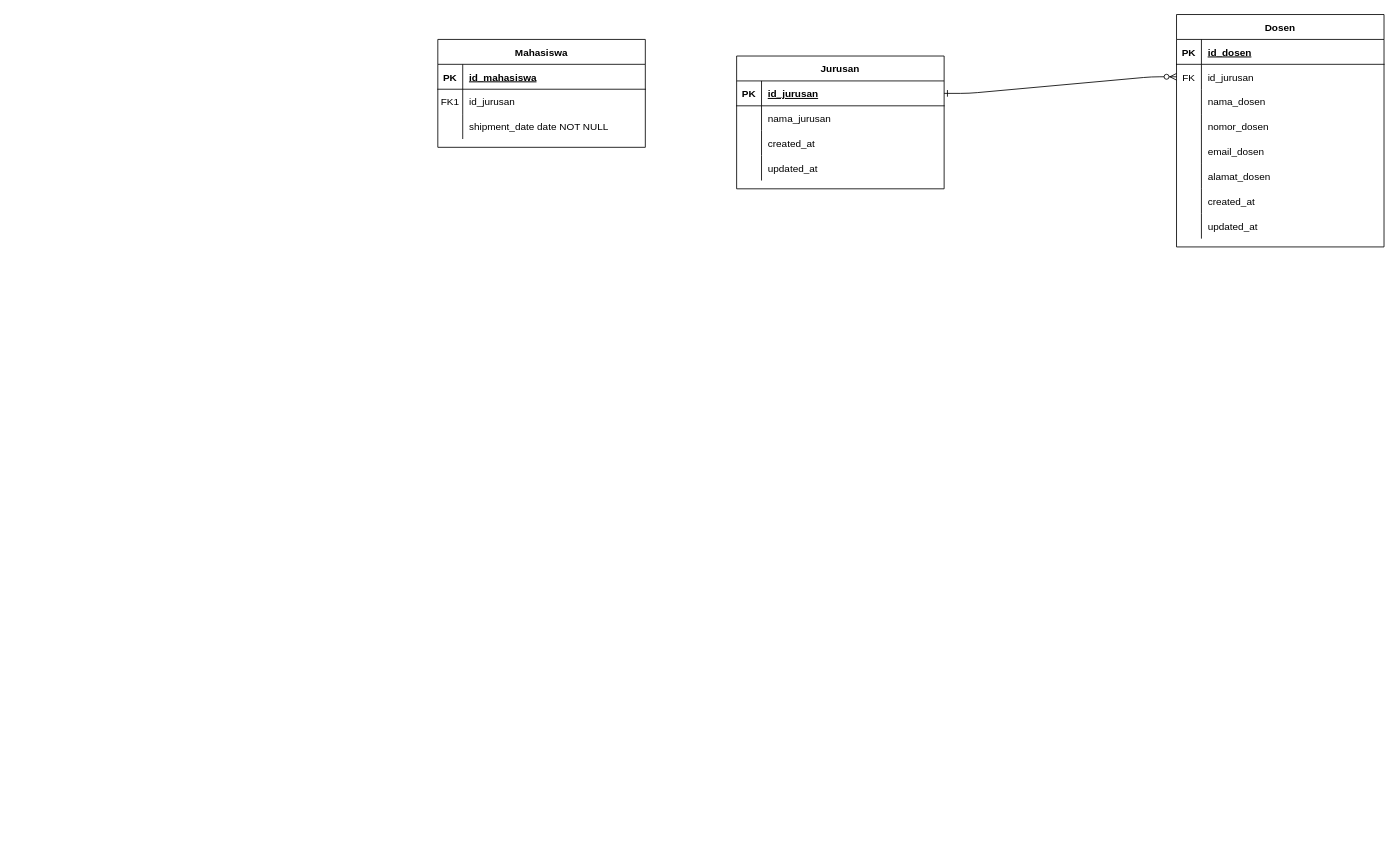
The draw.io diagram Untitled Diagram.drawio in Razha90/calculator, before the edit. Source tidied: cells renumbered, new cells numbered last; positions are measured from the earlier drawing's top-left corner, leaving out a move shared by most shapes. Both pictures are drawn from the tidied source at 83%, with x=0, y=0 at pixel (437, 14).
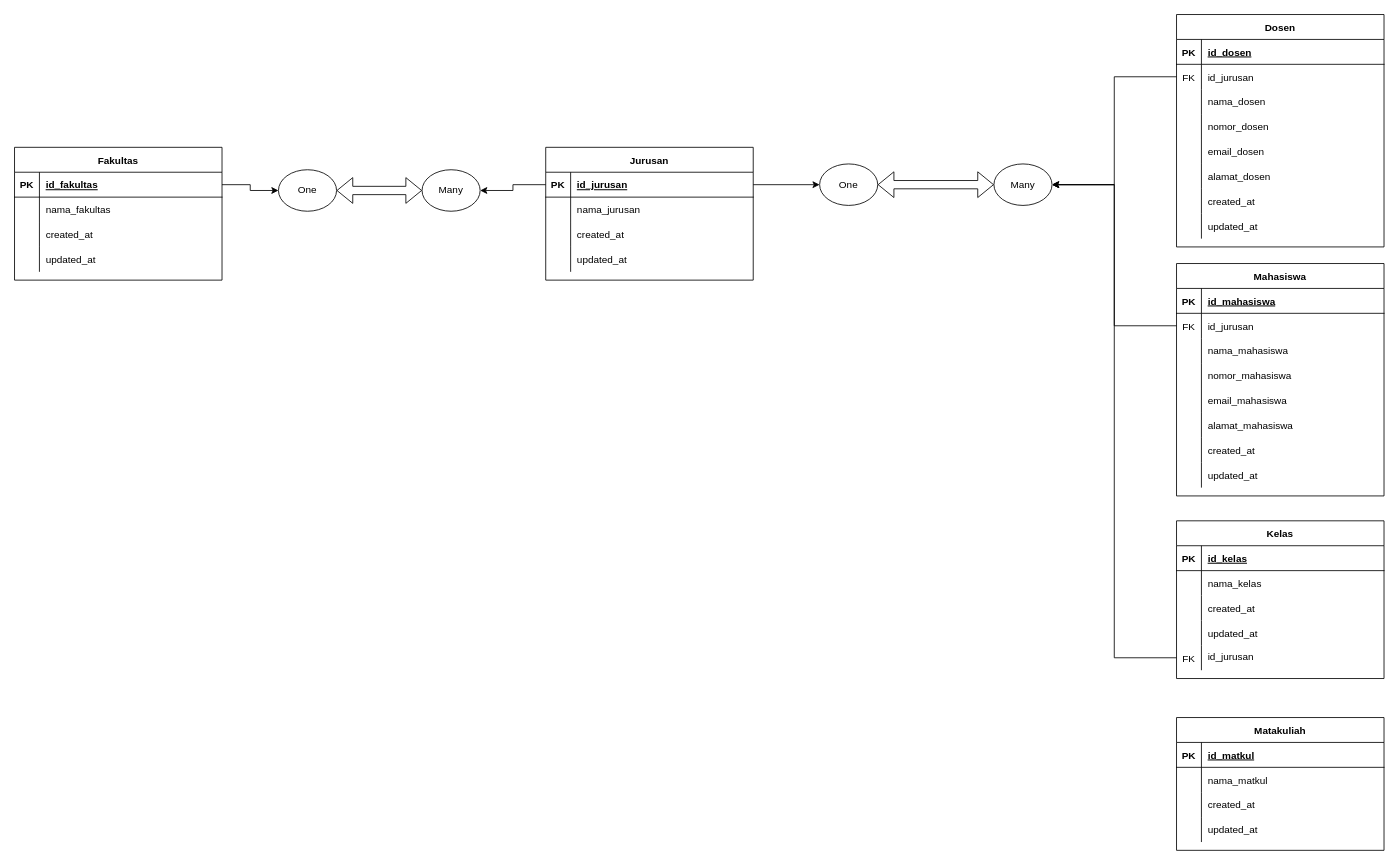
Above is the later version.

The change refers to these unchanged cells:
```xml
<mxCell id="7" style="shape=partialRectangle;fillColor=none;points=[[0,0.5],[1,0.5]];portConstraint=eastwest;top=0;left=0;right=0;bottom=0;" parent="3" vertex="1">
  <mxGeometry y="60" width="250" height="30" as="geometry" />
</mxCell>
<mxCell id="32" style="shape=partialRectangle;fillColor=none;points=[[0,0.5],[1,0.5]];portConstraint=eastwest;top=0;left=0;right=0;bottom=0;" parent="28" vertex="1">
  <mxGeometry y="60" width="250" height="30" as="geometry" />
</mxCell>
<mxCell id="35" style="shape=partialRectangle;fillColor=none;top=0;left=0;right=0;bottom=0;" parent="28" vertex="1">
  <mxGeometry y="90" width="250" height="30" as="geometry" />
</mxCell>
<mxCell id="39" style="shape=partialRectangle;fillColor=none;points=[[0,0.5],[1,0.5]];portConstraint=eastwest;top=0;left=0;right=0;bottom=1;" parent="38" vertex="1">
  <mxGeometry y="30" width="250" height="30" as="geometry" />
</mxCell>
```

What changed in the source:
```diff
@@
-    <mxCell id="2" style="edgeStyle=entityRelationEdgeStyle;endArrow=ERzeroToMany;startArrow=ERone;endFill=1;startFill=0;" parent="1" edge="1" source="39" target="7">
-      <mxGeometry relative="1" as="geometry" />
-    </mxCell>
@@
     <mxCell id="28" value="Mahasiswa" style="shape=table;startSize=30;childLayout=tableLayout;rowLines=0;fontStyle=1;align=center;" parent="1" vertex="1">
-      <mxGeometry y="30" width="250" height="130" as="geometry" />
+      <mxGeometry x="890" y="300" width="250" height="280" as="geometry" />
     </mxCell>
@@
-    <mxCell id="33" value="FK1" style="shape=partialRectangle;overflow=hidden;fillColor=none;top=0;left=0;bottom=0;right=0;" parent="32" vertex="1">
+    <mxCell id="33" value="FK" style="shape=partialRectangle;overflow=hidden;fillColor=none;top=0;left=0;bottom=0;right=0;" parent="32" vertex="1">
       <mxGeometry width="30" height="30" as="geometry" />
     </mxCell>
@@
-    <mxCell id="37" value="shipment_date date NOT NULL" style="shape=partialRectangle;overflow=hidden;fillColor=none;top=0;left=0;bottom=0;right=0;align=left;spacingLeft=6;" parent="35" vertex="1">
+    <mxCell id="37" value="nama_mahasiswa" style="shape=partialRectangle;overflow=hidden;fillColor=none;top=0;left=0;bottom=0;right=0;align=left;spacingLeft=6;" parent="35" vertex="1">
       <mxGeometry x="30" width="220" height="30" as="geometry" />
     </mxCell>
+    <mxCell id="51" style="shape=partialRectangle;fillColor=none;top=0;left=0;right=0;bottom=0;" parent="28" vertex="1">
+      <mxGeometry y="120" width="250" height="30" as="geometry" />
+    </mxCell>
+    <mxCell id="52" style="shape=partialRectangle;overflow=hidden;fillColor=none;top=0;left=0;bottom=0;right=0;" parent="51" vertex="1">
+      <mxGeometry width="30" height="30" as="geometry" />
+    </mxCell>
+    <mxCell id="53" value="nomor_mahasiswa" style="shape=partialRectangle;overflow=hidden;fillColor=none;top=0;left=0;bottom=0;right=0;align=left;spacingLeft=6;" parent="51" vertex="1">
+      <mxGeometry x="30" width="220" height="30" as="geometry" />
+    </mxCell>
+    <mxCell id="54" style="shape=partialRectangle;fillColor=none;top=0;left=0;right=0;bottom=0;" parent="28" vertex="1">
+      <mxGeometry y="150" width="250" height="30" as="geometry" />
+    </mxCell>
+    <mxCell id="55" style="shape=partialRectangle;overflow=hidden;fillColor=none;top=0;left=0;bottom=0;right=0;" parent="54" vertex="1">
+      <mxGeometry width="30" height="30" as="geometry" />
+    </mxCell>
+    <mxCell id="56" value="email_mahasiswa" style="shape=partialRectangle;overflow=hidden;fillColor=none;top=0;left=0;bottom=0;right=0;align=left;spacingLeft=6;" parent="54" vertex="1">
+      <mxGeometry x="30" width="220" height="30" as="geometry" />
+    </mxCell>
+    <mxCell id="57" style="shape=partialRectangle;fillColor=none;top=0;left=0;right=0;bottom=0;" parent="28" vertex="1">
+      <mxGeometry y="180" width="250" height="30" as="geometry" />
+    </mxCell>
+    <mxCell id="58" style="shape=partialRectangle;overflow=hidden;fillColor=none;top=0;left=0;bottom=0;right=0;" parent="57" vertex="1">
+      <mxGeometry width="30" height="30" as="geometry" />
+    </mxCell>
+    <mxCell id="59" value="alamat_mahasiswa" style="shape=partialRectangle;overflow=hidden;fillColor=none;top=0;left=0;bottom=0;right=0;align=left;spacingLeft=6;" parent="57" vertex="1">
+      <mxGeometry x="30" width="220" height="30" as="geometry" />
+    </mxCell>
+    <mxCell id="60" style="shape=partialRectangle;fillColor=none;top=0;left=0;right=0;bottom=0;" parent="28" vertex="1">
+      <mxGeometry y="210" width="250" height="30" as="geometry" />
+    </mxCell>
+    <mxCell id="61" style="shape=partialRectangle;overflow=hidden;fillColor=none;top=0;left=0;bottom=0;right=0;" parent="60" vertex="1">
+      <mxGeometry width="30" height="30" as="geometry" />
+    </mxCell>
+    <mxCell id="62" value="created_at" style="shape=partialRectangle;overflow=hidden;fillColor=none;top=0;left=0;bottom=0;right=0;align=left;spacingLeft=6;" parent="60" vertex="1">
+      <mxGeometry x="30" width="220" height="30" as="geometry" />
+    </mxCell>
+    <mxCell id="63" style="shape=partialRectangle;fillColor=none;top=0;left=0;right=0;bottom=0;" parent="28" vertex="1">
+      <mxGeometry y="240" width="250" height="30" as="geometry" />
+    </mxCell>
+    <mxCell id="64" style="shape=partialRectangle;overflow=hidden;fillColor=none;top=0;left=0;bottom=0;right=0;" parent="63" vertex="1">
+      <mxGeometry width="30" height="30" as="geometry" />
+    </mxCell>
+    <mxCell id="65" value="updated_at" style="shape=partialRectangle;overflow=hidden;fillColor=none;top=0;left=0;bottom=0;right=0;align=left;spacingLeft=6;" parent="63" vertex="1">
+      <mxGeometry x="30" width="220" height="30" as="geometry" />
+    </mxCell>
     <mxCell id="38" value="Jurusan" style="shape=table;startSize=30;childLayout=tableLayout;rowLines=0;fontStyle=1;align=center;" parent="1" vertex="1">
-      <mxGeometry x="360" y="50" width="250" height="160" as="geometry" />
+      <mxGeometry x="130" y="160" width="250" height="160" as="geometry" />
     </mxCell>
@@
+    <mxCell id="66" value="Many" style="ellipse;whiteSpace=wrap;html=1;" parent="1" vertex="1">
+      <mxGeometry x="670" y="180" width="70" height="50" as="geometry" />
+    </mxCell>
+    <mxCell id="67" style="edgeStyle=orthogonalEdgeStyle;rounded=0;jettySize=auto;html=1;entryX=1;entryY=0.5;entryDx=0;entryDy=0;" parent="1" edge="1" source="7" target="66">
+      <mxGeometry relative="1" as="geometry" />
+    </mxCell>
+    <mxCell id="68" style="edgeStyle=orthogonalEdgeStyle;rounded=0;jettySize=auto;html=1;entryX=1;entryY=0.5;entryDx=0;entryDy=0;" parent="1" edge="1" source="32" target="66">
+      <mxGeometry relative="1" as="geometry" />
+    </mxCell>
+    <mxCell id="69" value="One" style="ellipse;whiteSpace=wrap;html=1;" parent="1" vertex="1">
+      <mxGeometry x="460" y="180" width="70" height="50" as="geometry" />
+    </mxCell>
+    <mxCell id="70" style="edgeStyle=orthogonalEdgeStyle;rounded=0;jettySize=auto;html=1;entryX=0;entryY=0.5;entryDx=0;entryDy=0;" parent="1" edge="1" source="39" target="69">
+      <mxGeometry relative="1" as="geometry" />
+    </mxCell>
+    <mxCell id="71" style="shape=flexArrow;endArrow=classic;startArrow=classic;html=1;rounded=0;entryX=0;entryY=0.5;entryDx=0;entryDy=0;exitX=1;exitY=0.5;exitDx=0;exitDy=0;" parent="1" edge="1" source="69" target="66">
+      <mxGeometry relative="1" as="geometry" />
+    </mxCell>
+    <mxCell id="72" value="Fakultas" style="shape=table;startSize=30;childLayout=tableLayout;rowLines=0;fontStyle=1;align=center;" parent="1" vertex="1">
+      <mxGeometry x="-510" y="160" width="250" height="160" as="geometry" />
+    </mxCell>
+    <mxCell id="73" style="shape=partialRectangle;fillColor=none;points=[[0,0.5],[1,0.5]];portConstraint=eastwest;top=0;left=0;right=0;bottom=1;" parent="72" vertex="1">
+      <mxGeometry y="30" width="250" height="30" as="geometry" />
+    </mxCell>
+    <mxCell id="74" value="PK" style="shape=partialRectangle;overflow=hidden;fillColor=none;top=0;left=0;bottom=0;right=0;fontStyle=1;" parent="73" vertex="1">
+      <mxGeometry width="30" height="30" as="geometry" />
+    </mxCell>
+    <mxCell id="75" value="id_fakultas" style="shape=partialRectangle;overflow=hidden;fillColor=none;top=0;left=0;bottom=0;right=0;align=left;spacingLeft=6;fontStyle=5;" parent="73" vertex="1">
+      <mxGeometry x="30" width="220" height="30" as="geometry" />
+    </mxCell>
+    <mxCell id="76" style="shape=partialRectangle;fillColor=none;top=0;left=0;right=0;bottom=0;" parent="72" vertex="1">
+      <mxGeometry y="60" width="250" height="30" as="geometry" />
+    </mxCell>
+    <mxCell id="77" style="shape=partialRectangle;overflow=hidden;fillColor=none;top=0;left=0;bottom=0;right=0;" parent="76" vertex="1">
+      <mxGeometry width="30" height="30" as="geometry" />
+    </mxCell>
+    <mxCell id="78" value="nama_fakultas" style="shape=partialRectangle;overflow=hidden;fillColor=none;top=0;left=0;bottom=0;right=0;align=left;spacingLeft=6;" parent="76" vertex="1">
+      <mxGeometry x="30" width="220" height="30" as="geometry" />
+    </mxCell>
+    <mxCell id="79" style="shape=partialRectangle;fillColor=none;top=0;left=0;right=0;bottom=0;" parent="72" vertex="1">
+      <mxGeometry y="90" width="250" height="30" as="geometry" />
+    </mxCell>
+    <mxCell id="80" style="shape=partialRectangle;overflow=hidden;fillColor=none;top=0;left=0;bottom=0;right=0;" parent="79" vertex="1">
+      <mxGeometry width="30" height="30" as="geometry" />
+    </mxCell>
+    <mxCell id="81" value="created_at" style="shape=partialRectangle;overflow=hidden;fillColor=none;top=0;left=0;bottom=0;right=0;align=left;spacingLeft=6;" parent="79" vertex="1">
+      <mxGeometry x="30" width="220" height="30" as="geometry" />
+    </mxCell>
+    <mxCell id="82" style="shape=partialRectangle;fillColor=none;top=0;left=0;right=0;bottom=0;" parent="72" vertex="1">
+      <mxGeometry y="120" width="250" height="30" as="geometry" />
+    </mxCell>
+    <mxCell id="83" style="shape=partialRectangle;overflow=hidden;fillColor=none;top=0;left=0;bottom=0;right=0;" parent="82" vertex="1">
+      <mxGeometry width="30" height="30" as="geometry" />
+    </mxCell>
+    <mxCell id="84" value="updated_at" style="shape=partialRectangle;overflow=hidden;fillColor=none;top=0;left=0;bottom=0;right=0;align=left;spacingLeft=6;" parent="82" vertex="1">
+      <mxGeometry x="30" width="220" height="30" as="geometry" />
+    </mxCell>
+    <mxCell id="85" value="One" style="ellipse;whiteSpace=wrap;html=1;" parent="1" vertex="1">
+      <mxGeometry x="-192" y="187" width="70" height="50" as="geometry" />
+    </mxCell>
+    <mxCell id="86" value="Many" style="ellipse;whiteSpace=wrap;html=1;" parent="1" vertex="1">
+      <mxGeometry x="-19" y="187" width="70" height="50" as="geometry" />
+    </mxCell>
+    <mxCell id="87" style="shape=flexArrow;endArrow=classic;startArrow=classic;html=1;rounded=0;entryX=0;entryY=0.5;entryDx=0;entryDy=0;exitX=1;exitY=0.5;exitDx=0;exitDy=0;" parent="1" edge="1" source="85" target="86">
+      <mxGeometry relative="1" as="geometry" />
+    </mxCell>
+    <mxCell id="88" style="edgeStyle=orthogonalEdgeStyle;rounded=0;jettySize=auto;html=1;entryX=1;entryY=0.5;entryDx=0;entryDy=0;" parent="1" edge="1" source="39" target="86">
+      <mxGeometry relative="1" as="geometry" />
+    </mxCell>
+    <mxCell id="89" style="edgeStyle=orthogonalEdgeStyle;rounded=0;jettySize=auto;html=1;entryX=0;entryY=0.5;entryDx=0;entryDy=0;" parent="1" edge="1" source="73" target="85">
+      <mxGeometry relative="1" as="geometry" />
+    </mxCell>
+    <mxCell id="90" value="Kelas" style="shape=table;startSize=30;childLayout=tableLayout;rowLines=0;fontStyle=1;align=center;" parent="1" vertex="1">
+      <mxGeometry x="890" y="610" width="250" height="190" as="geometry" />
+    </mxCell>
+    <mxCell id="91" style="shape=partialRectangle;fillColor=none;top=0;left=0;right=0;bottom=1;" parent="90" vertex="1">
+      <mxGeometry y="30" width="250" height="30" as="geometry" />
+    </mxCell>
+    <mxCell id="92" value="PK" style="shape=partialRectangle;overflow=hidden;fillColor=none;top=0;left=0;bottom=0;right=0;fontStyle=1;" parent="91" vertex="1">
+      <mxGeometry width="30" height="30" as="geometry" />
+    </mxCell>
+    <mxCell id="93" value="id_kelas" style="shape=partialRectangle;overflow=hidden;fillColor=none;top=0;left=0;bottom=0;right=0;align=left;spacingLeft=6;fontStyle=5;" parent="91" vertex="1">
+      <mxGeometry x="30" width="220" height="30" as="geometry" />
+    </mxCell>
+    <mxCell id="94" style="shape=partialRectangle;fillColor=none;top=0;left=0;right=0;bottom=0;" parent="90" vertex="1">
+      <mxGeometry y="60" width="250" height="30" as="geometry" />
+    </mxCell>
+    <mxCell id="95" style="shape=partialRectangle;overflow=hidden;fillColor=none;top=0;left=0;bottom=0;right=0;" parent="94" vertex="1">
+      <mxGeometry width="30" height="30" as="geometry" />
+    </mxCell>
+    <mxCell id="96" value="nama_kelas" style="shape=partialRectangle;overflow=hidden;fillColor=none;top=0;left=0;bottom=0;right=0;align=left;spacingLeft=6;" parent="94" vertex="1">
+      <mxGeometry x="30" width="220" height="30" as="geometry" />
+    </mxCell>
+    <mxCell id="97" style="shape=partialRectangle;fillColor=none;top=0;left=0;right=0;bottom=0;" parent="90" vertex="1">
+      <mxGeometry y="90" width="250" height="30" as="geometry" />
+    </mxCell>
+    <mxCell id="98" style="shape=partialRectangle;overflow=hidden;fillColor=none;top=0;left=0;bottom=0;right=0;" parent="97" vertex="1">
+      <mxGeometry width="30" height="30" as="geometry" />
+    </mxCell>
+    <mxCell id="99" value="created_at" style="shape=partialRectangle;overflow=hidden;fillColor=none;top=0;left=0;bottom=0;right=0;align=left;spacingLeft=6;" parent="97" vertex="1">
+      <mxGeometry x="30" width="220" height="30" as="geometry" />
+    </mxCell>
+    <mxCell id="100" style="shape=partialRectangle;fillColor=none;top=0;left=0;right=0;bottom=0;" parent="90" vertex="1">
+      <mxGeometry y="120" width="250" height="30" as="geometry" />
+    </mxCell>
+    <mxCell id="101" style="shape=partialRectangle;overflow=hidden;fillColor=none;top=0;left=0;bottom=0;right=0;" parent="100" vertex="1">
+      <mxGeometry width="30" height="30" as="geometry" />
+    </mxCell>
+    <mxCell id="102" value="updated_at" style="shape=partialRectangle;overflow=hidden;fillColor=none;top=0;left=0;bottom=0;right=0;align=left;spacingLeft=6;" parent="100" vertex="1">
+      <mxGeometry x="30" width="220" height="30" as="geometry" />
+    </mxCell>
+    <mxCell id="103" style="shape=partialRectangle;fillColor=none;points=[[0,0.5],[1,0.5]];portConstraint=eastwest;top=0;left=0;right=0;bottom=0;" parent="90" vertex="1">
+      <mxGeometry y="150" width="250" height="30" as="geometry" />
+    </mxCell>
+    <mxCell id="104" value="FK" style="shape=partialRectangle;overflow=hidden;fillColor=none;top=0;left=0;bottom=0;right=0;" parent="103" vertex="1">
+      <mxGeometry width="30" height="30" as="geometry" />
+    </mxCell>
+    <mxCell id="105" value="id_jurusan" style="shape=partialRectangle;overflow=hidden;fillColor=none;top=0;left=0;bottom=0;right=0;align=left;spacingLeft=6;verticalAlign=top;" parent="103" vertex="1">
+      <mxGeometry x="30" width="220" height="30" as="geometry" />
+    </mxCell>
+    <mxCell id="106" value="Matakuliah" style="shape=table;startSize=30;childLayout=tableLayout;rowLines=0;fontStyle=1;align=center;" parent="1" vertex="1">
+      <mxGeometry x="890" y="847" width="250" height="160" as="geometry" />
+    </mxCell>
+    <mxCell id="107" style="shape=partialRectangle;fillColor=none;top=0;left=0;right=0;bottom=1;" parent="106" vertex="1">
+      <mxGeometry y="30" width="250" height="30" as="geometry" />
+    </mxCell>
+    <mxCell id="108" value="PK" style="shape=partialRectangle;overflow=hidden;fillColor=none;top=0;left=0;bottom=0;right=0;fontStyle=1;" parent="107" vertex="1">
+      <mxGeometry width="30" height="30" as="geometry" />
+    </mxCell>
+    <mxCell id="109" value="id_matkul" style="shape=partialRectangle;overflow=hidden;fillColor=none;top=0;left=0;bottom=0;right=0;align=left;spacingLeft=6;fontStyle=5;" parent="107" vertex="1">
+      <mxGeometry x="30" width="220" height="30" as="geometry" />
+    </mxCell>
+    <mxCell id="110" style="shape=partialRectangle;fillColor=none;top=0;left=0;right=0;bottom=0;" parent="106" vertex="1">
+      <mxGeometry y="60" width="250" height="30" as="geometry" />
+    </mxCell>
+    <mxCell id="111" style="shape=partialRectangle;overflow=hidden;fillColor=none;top=0;left=0;bottom=0;right=0;" parent="110" vertex="1">
+      <mxGeometry width="30" height="30" as="geometry" />
+    </mxCell>
+    <mxCell id="112" value="nama_matkul" style="shape=partialRectangle;overflow=hidden;fillColor=none;top=0;left=0;bottom=0;right=0;align=left;spacingLeft=6;" parent="110" vertex="1">
+      <mxGeometry x="30" width="220" height="30" as="geometry" />
+    </mxCell>
+    <mxCell id="113" style="shape=partialRectangle;fillColor=none;top=0;left=0;right=0;bottom=0;" parent="106" vertex="1">
+      <mxGeometry y="90" width="250" height="30" as="geometry" />
+    </mxCell>
+    <mxCell id="114" style="shape=partialRectangle;overflow=hidden;fillColor=none;top=0;left=0;bottom=0;right=0;" parent="113" vertex="1">
+      <mxGeometry width="30" height="30" as="geometry" />
+    </mxCell>
+    <mxCell id="115" value="created_at" style="shape=partialRectangle;overflow=hidden;fillColor=none;top=0;left=0;bottom=0;right=0;align=left;spacingLeft=6;" parent="113" vertex="1">
+      <mxGeometry x="30" width="220" height="30" as="geometry" />
+    </mxCell>
+    <mxCell id="116" style="shape=partialRectangle;fillColor=none;top=0;left=0;right=0;bottom=0;" parent="106" vertex="1">
+      <mxGeometry y="120" width="250" height="30" as="geometry" />
+    </mxCell>
+    <mxCell id="117" style="shape=partialRectangle;overflow=hidden;fillColor=none;top=0;left=0;bottom=0;right=0;" parent="116" vertex="1">
+      <mxGeometry width="30" height="30" as="geometry" />
+    </mxCell>
+    <mxCell id="118" value="updated_at" style="shape=partialRectangle;overflow=hidden;fillColor=none;top=0;left=0;bottom=0;right=0;align=left;spacingLeft=6;" parent="116" vertex="1">
+      <mxGeometry x="30" width="220" height="30" as="geometry" />
+    </mxCell>
+    <mxCell id="119" style="edgeStyle=orthogonalEdgeStyle;rounded=0;jettySize=auto;html=1;entryX=1;entryY=0.5;entryDx=0;entryDy=0;" parent="1" edge="1" source="103" target="66">
+      <mxGeometry relative="1" as="geometry" />
+    </mxCell>
```
